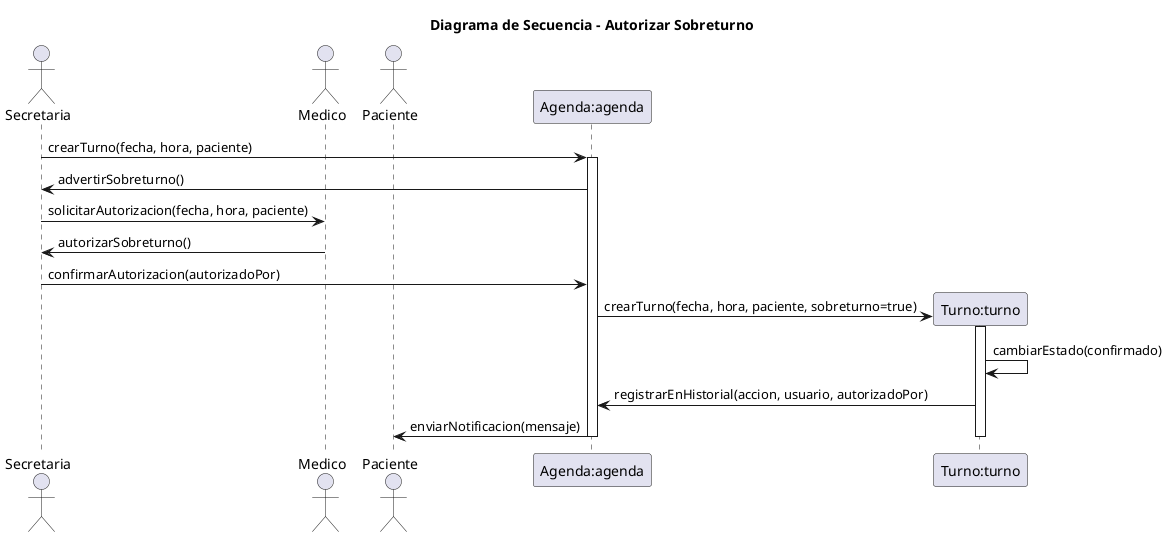
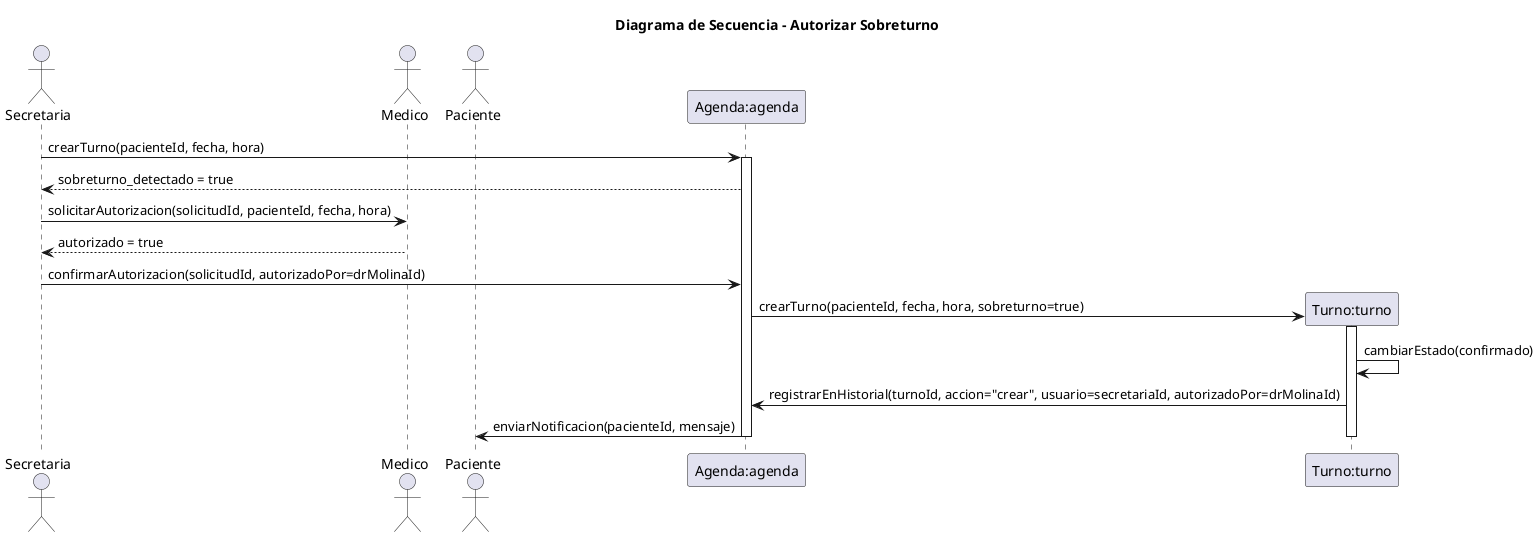
@startuml
title Diagrama de Secuencia - Autorizar Sobreturno
' Nombre del escenario: Autorizar Sobreturno - Flujo Principal
' Archivo: diagramas/03-escenarios-casos-de-uso/03-autorizar-sobreturno-flujo-principal.md
' Objetivo: Representar la autorización de un sobreturno por el médico, involucrando secretaria, médico, paciente y sistema, basado en responsabilidades de CRC (Secretaria gestiona turnos, Medico autoriza, Agenda registra disponibilidad, Turno maneja estados).

actor Secretaria as victoria
actor Medico as drMolina
actor Paciente as patricia
participant "Agenda:agenda" as agenda
participant "Turno:turno" as turno

- victoria -> agenda: crearTurno(fecha, hora, paciente)
+ victoria -> agenda: crearTurno(pacienteId, fecha, hora)
activate agenda

- agenda -> victoria: advertirSobreturno()
- victoria -> drMolina: solicitarAutorizacion(fecha, hora, paciente)
- drMolina -> victoria: autorizarSobreturno()
+ agenda --> victoria: sobreturno_detectado = true
+ victoria -> drMolina: solicitarAutorizacion(solicitudId, pacienteId, fecha, hora)
+ drMolina --> victoria: autorizado = true

- victoria -> agenda: confirmarAutorizacion(autorizadoPor)
+ victoria -> agenda: confirmarAutorizacion(solicitudId, autorizadoPor=drMolinaId)

create turno
- agenda -> turno: crearTurno(fecha, hora, paciente, sobreturno=true)
+ agenda -> turno: crearTurno(pacienteId, fecha, hora, sobreturno=true)
activate turno

turno -> turno: cambiarEstado(confirmado)
- turno -> agenda: registrarEnHistorial(accion, usuario, autorizadoPor)
- agenda -> patricia: enviarNotificacion(mensaje)
+ turno -> agenda: registrarEnHistorial(turnoId, accion="crear", usuario=secretariaId, autorizadoPor=drMolinaId)
+ agenda -> patricia: enviarNotificacion(pacienteId, mensaje)

deactivate turno
deactivate agenda
@enduml
